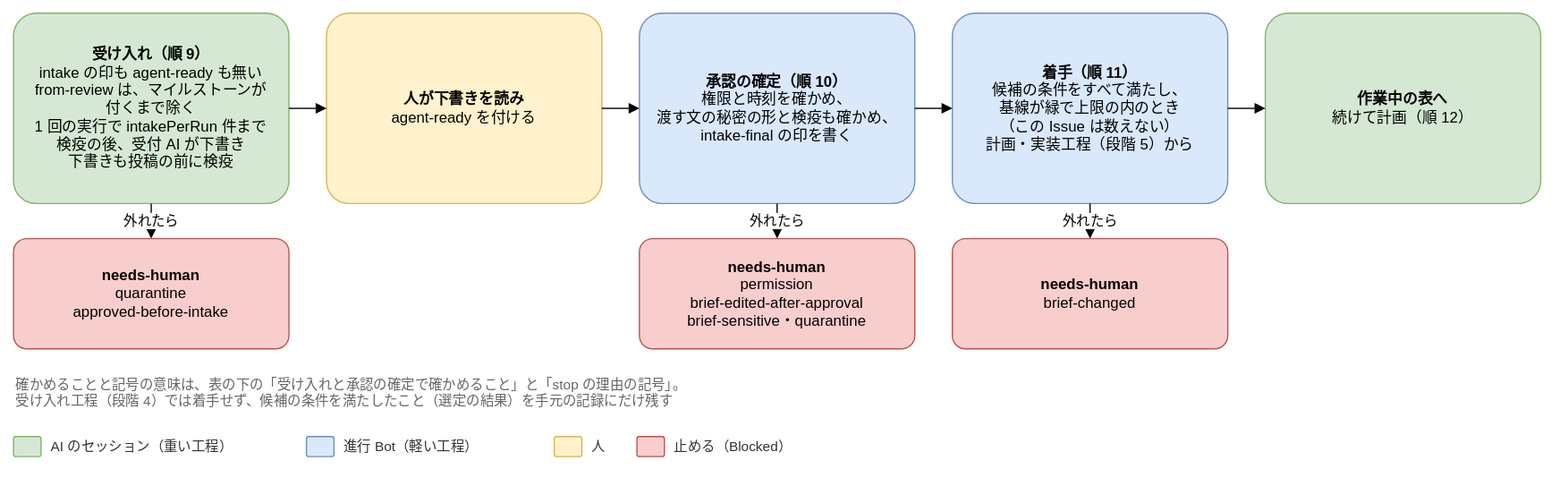
Above: docs/design/basic/diagrams/02-next-step-before-start.drawio.svg in Joymerrevent/dev-autopilot (draw.io), before the change. Source tidied: cells renumbered, new cells last; positions are measured from the earlier drawing's top-left corner, leaving out a move shared by most shapes.
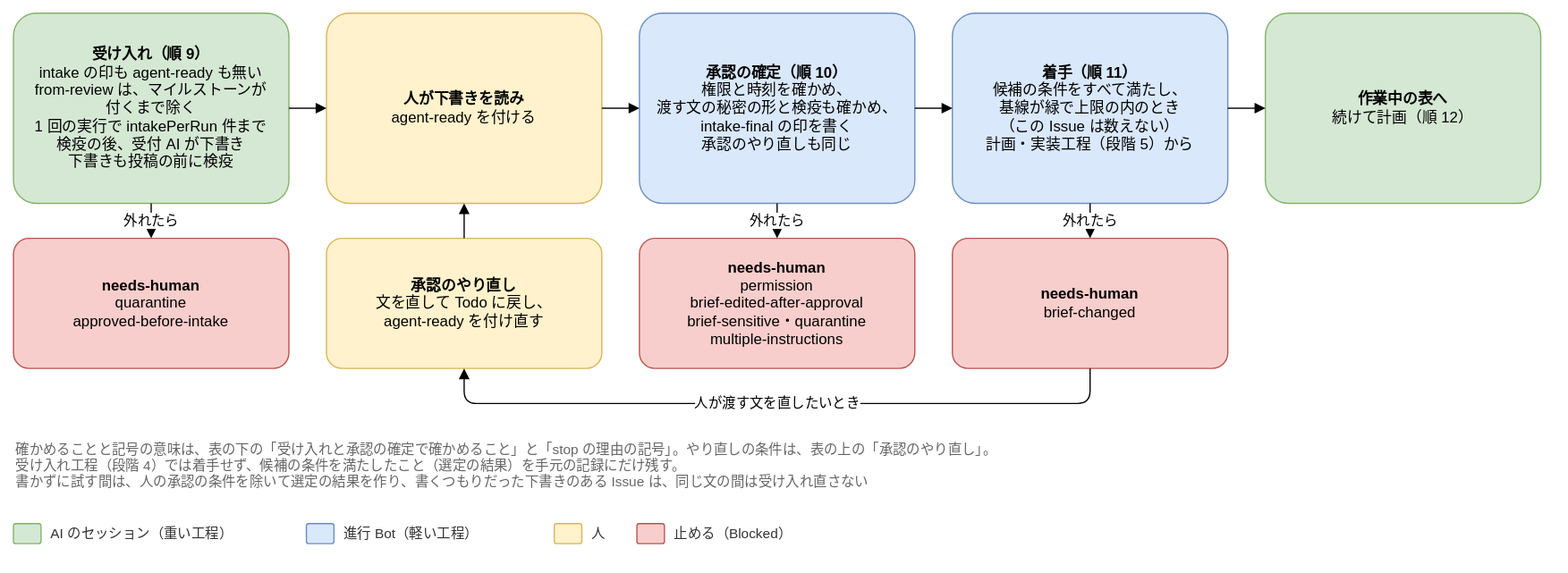
Above is the later version.

Commit message:
docs: 承認を agent-ready の付け直しでやり直す形を、基本設計に反映する

The edit, as a diff of the source:
```diff
@@ -11,7 +11,7 @@
     <mxCell id="4" style="edgeStyle=orthogonalEdgeStyle;rounded=1;html=1;endArrow=block;endFill=1;fontSize=11;labelBackgroundColor=#ffffff;exitX=1;exitY=0.5;exitDx=0;exitDy=0;entryX=0;entryY=0.5;entryDx=0;entryDy=0;" parent="1" edge="1" source="2" target="3">
       <mxGeometry relative="1" as="geometry" />
     </mxCell>
-    <mxCell id="5" value="&lt;b&gt;承認の確定（順 10）&lt;/b&gt;&lt;br&gt;権限と時刻を確かめ、&lt;br&gt;渡す文の秘密の形と検疫も確かめ、&lt;br&gt;intake-final の印を書く" style="rounded=1;whiteSpace=wrap;html=1;fontSize=12;arcSize=12;spacing=12;fillColor=#dae8fc;strokeColor=#6c8ebf;" parent="1" vertex="1">
+    <mxCell id="5" value="&lt;b&gt;承認の確定（順 10）&lt;/b&gt;&lt;br&gt;権限と時刻を確かめ、&lt;br&gt;渡す文の秘密の形と検疫も確かめ、&lt;br&gt;intake-final の印を書く&lt;br&gt;承認のやり直しも同じ" style="rounded=1;whiteSpace=wrap;html=1;fontSize=12;arcSize=12;spacing=12;fillColor=#dae8fc;strokeColor=#6c8ebf;" parent="1" vertex="1">
       <mxGeometry x="500" width="220" height="152" as="geometry" />
     </mxCell>
     <mxCell id="6" style="edgeStyle=orthogonalEdgeStyle;rounded=1;html=1;endArrow=block;endFill=1;fontSize=11;labelBackgroundColor=#ffffff;exitX=1;exitY=0.5;exitDx=0;exitDy=0;entryX=0;entryY=0.5;entryDx=0;entryDy=0;" parent="1" edge="1" source="3" target="5">
@@ -30,31 +30,31 @@
       <mxGeometry relative="1" as="geometry" />
     </mxCell>
     <mxCell id="11" style="rounded=1;whiteSpace=wrap;html=1;fontSize=12;arcSize=12;spacing=12;fillColor=#d5e8d4;strokeColor=#82b366;" parent="1" vertex="1">
-      <mxGeometry y="338" width="22" height="16" as="geometry" />
+      <mxGeometry y="408" width="22" height="16" as="geometry" />
     </mxCell>
     <mxCell id="12" value="AI のセッション（重い工程）" style="text;html=1;align=left;verticalAlign=middle;fontSize=11;fontColor=#333333;" parent="1" vertex="1">
-      <mxGeometry x="28" y="336" width="190" height="20" as="geometry" />
+      <mxGeometry x="28" y="406" width="190" height="20" as="geometry" />
     </mxCell>
     <mxCell id="13" style="rounded=1;whiteSpace=wrap;html=1;fontSize=12;arcSize=12;spacing=12;fillColor=#dae8fc;strokeColor=#6c8ebf;" parent="1" vertex="1">
-      <mxGeometry x="234" y="338" width="22" height="16" as="geometry" />
+      <mxGeometry x="234" y="408" width="22" height="16" as="geometry" />
     </mxCell>
     <mxCell id="14" value="進行 Bot（軽い工程）" style="text;html=1;align=left;verticalAlign=middle;fontSize=11;fontColor=#333333;" parent="1" vertex="1">
-      <mxGeometry x="262" y="336" width="154" height="20" as="geometry" />
+      <mxGeometry x="262" y="406" width="154" height="20" as="geometry" />
     </mxCell>
     <mxCell id="15" style="rounded=1;whiteSpace=wrap;html=1;fontSize=12;arcSize=12;spacing=12;fillColor=#fff2cc;strokeColor=#d6b656;" parent="1" vertex="1">
-      <mxGeometry x="432" y="338" width="22" height="16" as="geometry" />
+      <mxGeometry x="432" y="408" width="22" height="16" as="geometry" />
     </mxCell>
     <mxCell id="16" value="人" style="text;html=1;align=left;verticalAlign=middle;fontSize=11;fontColor=#333333;" parent="1" vertex="1">
-      <mxGeometry x="460" y="336" width="22" height="20" as="geometry" />
+      <mxGeometry x="460" y="406" width="22" height="20" as="geometry" />
     </mxCell>
     <mxCell id="17" value="&lt;b&gt;needs-human&lt;/b&gt;&lt;br&gt;quarantine&lt;br&gt;approved-before-intake" style="rounded=1;whiteSpace=wrap;html=1;fontSize=12;arcSize=12;spacing=12;fillColor=#f8cecc;strokeColor=#b85450;" parent="1" vertex="1">
-      <mxGeometry y="180" width="220" height="88" as="geometry" />
+      <mxGeometry y="180" width="220" height="104" as="geometry" />
     </mxCell>
-    <mxCell id="18" value="&lt;b&gt;needs-human&lt;/b&gt;&lt;br&gt;permission&lt;br&gt;brief-edited-after-approval&lt;br&gt;brief-sensitive・quarantine" style="rounded=1;whiteSpace=wrap;html=1;fontSize=12;arcSize=12;spacing=12;fillColor=#f8cecc;strokeColor=#b85450;" parent="1" vertex="1">
-      <mxGeometry x="500" y="180" width="220" height="88" as="geometry" />
+    <mxCell id="18" value="&lt;b&gt;needs-human&lt;/b&gt;&lt;br&gt;permission&lt;br&gt;brief-edited-after-approval&lt;br&gt;brief-sensitive・quarantine&lt;br&gt;multiple-instructions" style="rounded=1;whiteSpace=wrap;html=1;fontSize=12;arcSize=12;spacing=12;fillColor=#f8cecc;strokeColor=#b85450;" parent="1" vertex="1">
+      <mxGeometry x="500" y="180" width="220" height="104" as="geometry" />
     </mxCell>
     <mxCell id="19" value="&lt;b&gt;needs-human&lt;/b&gt;&lt;br&gt;brief-changed" style="rounded=1;whiteSpace=wrap;html=1;fontSize=12;arcSize=12;spacing=12;fillColor=#f8cecc;strokeColor=#b85450;" parent="1" vertex="1">
-      <mxGeometry x="750" y="180" width="220" height="88" as="geometry" />
+      <mxGeometry x="750" y="180" width="220" height="104" as="geometry" />
     </mxCell>
     <mxCell id="20" value="外れたら" style="edgeStyle=orthogonalEdgeStyle;rounded=1;html=1;endArrow=block;endFill=1;fontSize=11;labelBackgroundColor=#ffffff;exitX=0.5;exitY=1;exitDx=0;exitDy=0;entryX=0.5;entryY=0;entryDx=0;entryDy=0;" parent="1" edge="1" source="2" target="17">
       <mxGeometry relative="1" as="geometry" />
@@ -65,14 +65,28 @@
     <mxCell id="22" value="外れたら" style="edgeStyle=orthogonalEdgeStyle;rounded=1;html=1;endArrow=block;endFill=1;fontSize=11;labelBackgroundColor=#ffffff;exitX=0.5;exitY=1;exitDx=0;exitDy=0;entryX=0.5;entryY=0;entryDx=0;entryDy=0;" parent="1" edge="1" source="7" target="19">
       <mxGeometry relative="1" as="geometry" />
     </mxCell>
-    <mxCell id="23" value="確かめることと記号の意味は、表の下の「受け入れと承認の確定で確かめること」と「stop の理由の記号」。&lt;br&gt;受け入れ工程（段階 4）では着手せず、候補の条件を満たしたこと（選定の結果）を手元の記録にだけ残す" style="text;html=1;whiteSpace=wrap;align=left;verticalAlign=top;fontSize=11;fontColor=#666666;" parent="1" vertex="1">
-      <mxGeometry y="284" width="1220" height="36" as="geometry" />
+    <mxCell id="23" value="確かめることと記号の意味は、表の下の「受け入れと承認の確定で確かめること」と「stop の理由の記号」。やり直しの条件は、表の上の「承認のやり直し」。&lt;br&gt;受け入れ工程（段階 4）では着手せず、候補の条件を満たしたこと（選定の結果）を手元の記録にだけ残す。&lt;br&gt;書かずに試す間は、人の承認の条件を除いて選定の結果を作り、書くつもりだった下書きのある Issue は、同じ文の間は受け入れ直さない" style="text;html=1;whiteSpace=wrap;align=left;verticalAlign=top;fontSize=11;fontColor=#666666;" parent="1" vertex="1">
+      <mxGeometry y="336" width="1220" height="54" as="geometry" />
     </mxCell>
     <mxCell id="24" style="rounded=1;whiteSpace=wrap;html=1;fontSize=12;arcSize=12;spacing=12;fillColor=#f8cecc;strokeColor=#b85450;" parent="1" vertex="1">
-      <mxGeometry x="498" y="338" width="22" height="16" as="geometry" />
+      <mxGeometry x="498" y="408" width="22" height="16" as="geometry" />
     </mxCell>
     <mxCell id="25" value="止める（Blocked）" style="text;html=1;align=left;verticalAlign=middle;fontSize=11;fontColor=#333333;" parent="1" vertex="1">
-      <mxGeometry x="526" y="336" width="130" height="20" as="geometry" />
+      <mxGeometry x="526" y="406" width="130" height="20" as="geometry" />
     </mxCell>
+    <mxCell id="26" value="&lt;b&gt;承認のやり直し&lt;/b&gt;&lt;br&gt;文を直して Todo に戻し、&lt;br&gt;agent-ready を付け直す" style="rounded=1;whiteSpace=wrap;html=1;fontSize=12;arcSize=12;spacing=12;fillColor=#fff2cc;strokeColor=#d6b656;" parent="1" vertex="1">
+      <mxGeometry x="250" y="180" width="220" height="104" as="geometry" />
+    </mxCell>
+    <mxCell id="27" value="人が渡す文を直したいとき" style="edgeStyle=orthogonalEdgeStyle;rounded=1;html=1;endArrow=block;endFill=1;fontSize=11;labelBackgroundColor=#ffffff;exitX=0.5;exitY=1;exitDx=0;exitDy=0;entryX=0.5;entryY=1;entryDx=0;entryDy=0;" parent="1" edge="1" source="19" target="26">
+      <mxGeometry relative="1" as="geometry">
+        <Array as="points">
+          <mxPoint x="860" y="312" />
+          <mxPoint x="360" y="312" />
+        </Array>
+      </mxGeometry>
+    </mxCell>
+    <mxCell id="28" style="edgeStyle=orthogonalEdgeStyle;rounded=1;html=1;endArrow=block;endFill=1;fontSize=11;labelBackgroundColor=#ffffff;exitX=0.5;exitY=0;exitDx=0;exitDy=0;entryX=0.5;entryY=1;entryDx=0;entryDy=0;" parent="1" edge="1" source="26" target="3">
+      <mxGeometry relative="1" as="geometry" />
+    </mxCell>
   </root>
 </mxGraphModel>
```
